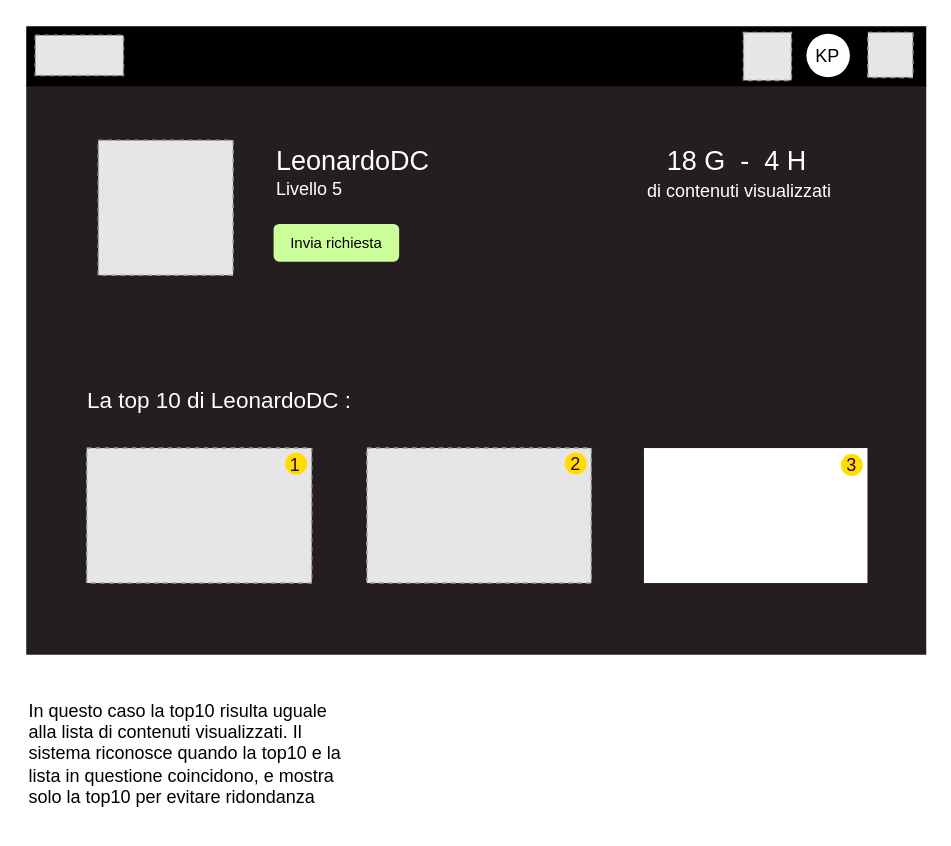
This is PaginaUtente.drawio from Organizzazione-IngSoftware/D1Mockup, a draw.io file, before an edit. Source tidied: cells renumbered, new cells numbered last; positions are measured from the earlier drawing's top-left corner, leaving out a move shared by most shapes. Both pictures are drawn from the tidied source at 150%, with x=0, y=0 at pixel (26, 26). Pictures stored in the file or linked from it are replaced by grey dashed boxes.
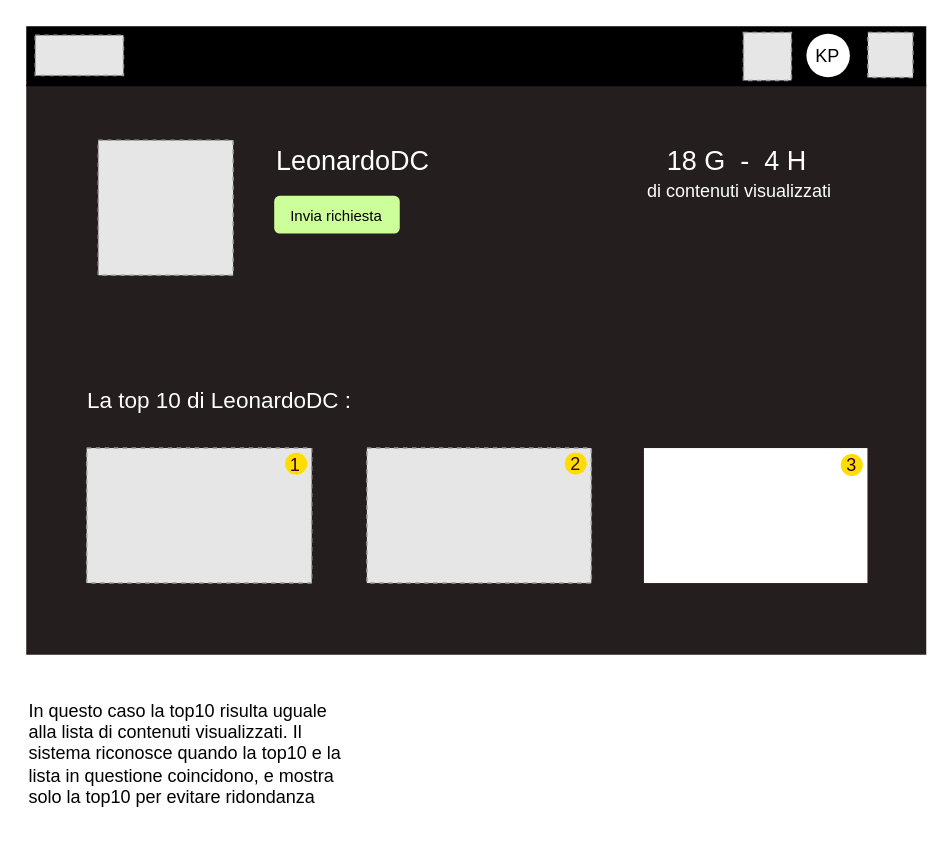
The same diagram, later.

The edit, as a diff of the source:
```diff
@@
-    <mxCell id="4" value="&lt;font color=&quot;#ffffff&quot; style=&quot;font-size: 12px;&quot;&gt;Livello 5&lt;/font&gt;" style="text;html=1;strokeColor=none;fillColor=none;align=left;verticalAlign=middle;whiteSpace=wrap;rounded=0;" parent="1" vertex="1">
-      <mxGeometry x="164.9" y="94.8" width="95.3" height="29.1" as="geometry" />
-    </mxCell>
@@
     <mxCell id="7" value="&lt;font style=&quot;font-size: 10px;&quot;&gt;Invia richiesta&lt;/font&gt;" style="rounded=1;whiteSpace=wrap;html=1;strokeColor=none;fillColor=#CCFF99;" parent="1" vertex="1">
-      <mxGeometry x="164.9" y="131.8" width="83.7" height="25.2" as="geometry" />
+      <mxGeometry x="165.3" y="113" width="83.7" height="25.2" as="geometry" />
     </mxCell>
```
